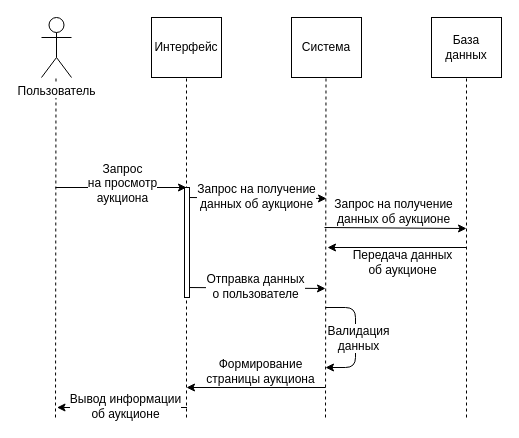
The draw.io diagram Diagrams/Cases Diagrams/Detailed Auction View.drawio in Fake-Make/Au, before the edit. Source tidied: cells renumbered, new cells numbered last; positions are measured from the earlier drawing's top-left corner, leaving out a move shared by most shapes. Both pictures are drawn from the tidied source at 100%, with x=0, y=0 at pixel (41, 17).
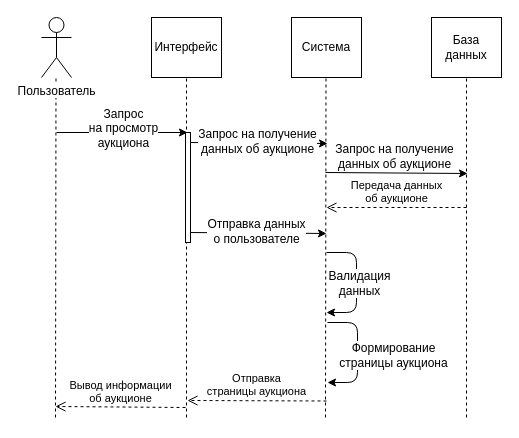
The same page after the edit.

The edit, as a diff of the source:
```diff
@@
     <mxCell id="10" style="endArrow=classic;html=1;" parent="1" edge="1">
       <mxGeometry relative="1" as="geometry">
-        <mxPoint x="14" y="170" as="sourcePoint" />
-        <mxPoint x="145" y="170" as="targetPoint" />
+        <mxPoint x="15" y="115" as="sourcePoint" />
+        <mxPoint x="146" y="115" as="targetPoint" />
       </mxGeometry>
     </mxCell>
@@
     <mxCell id="12" style="endArrow=classic;html=1;" parent="1" edge="1">
       <mxGeometry relative="1" as="geometry">
-        <mxPoint x="146" y="180" as="sourcePoint" />
-        <mxPoint x="285" y="181" as="targetPoint" />
+        <mxPoint x="147" y="125" as="sourcePoint" />
+        <mxPoint x="286" y="126" as="targetPoint" />
       </mxGeometry>
     </mxCell>
@@
     <mxCell id="14" style="endArrow=classic;html=1;" parent="1" edge="1">
       <mxGeometry relative="1" as="geometry">
-        <mxPoint x="283" y="210" as="sourcePoint" />
-        <mxPoint x="425" y="211" as="targetPoint" />
+        <mxPoint x="284" y="155" as="sourcePoint" />
+        <mxPoint x="426" y="156" as="targetPoint" />
       </mxGeometry>
     </mxCell>
@@
-    <mxCell id="16" style="endArrow=classic;html=1;" parent="1" edge="1">
-      <mxGeometry relative="1" as="geometry">
-        <mxPoint x="425" y="230" as="sourcePoint" />
-        <mxPoint x="286" y="230" as="targetPoint" />
-      </mxGeometry>
-    </mxCell>
-    <mxCell id="17" value="Передача данных&lt;br&gt;об аукционе&lt;br&gt;" style="text;html=1;align=center;verticalAlign=middle;labelBackgroundColor=#ffffff;" parent="16" vertex="1">
-      <mxGeometry x="-0.36" y="1" relative="1" as="geometry">
-        <mxPoint x="-21" y="13" as="offset" />
-      </mxGeometry>
-    </mxCell>
-    <mxCell id="18" style="endArrow=classic;html=1;" parent="1" edge="1">
-      <mxGeometry relative="1" as="geometry">
-        <mxPoint x="284" y="370" as="sourcePoint" />
-        <mxPoint x="145" y="370" as="targetPoint" />
-      </mxGeometry>
-    </mxCell>
-    <mxCell id="19" value="Формирование&lt;br&gt;страницы аукциона&lt;br&gt;" style="text;html=1;align=center;verticalAlign=middle;labelBackgroundColor=#ffffff;fillColor=none;" parent="18" vertex="1">
-      <mxGeometry x="0.18" y="-2" relative="1" as="geometry">
-        <mxPoint x="16" y="-15" as="offset" />
-      </mxGeometry>
-    </mxCell>
-    <mxCell id="20" style="endArrow=classic;html=1;" parent="1" edge="1">
-      <mxGeometry relative="1" as="geometry">
-        <mxPoint x="145.5" y="390" as="sourcePoint" />
-        <mxPoint x="15.5" y="390" as="targetPoint" />
-      </mxGeometry>
-    </mxCell>
-    <mxCell id="21" value="Вывод информации&lt;br&gt;об аукционе&lt;br&gt;" style="text;html=1;align=center;verticalAlign=middle;labelBackgroundColor=#ffffff;" parent="20" vertex="1">
-      <mxGeometry x="-0.12" relative="1" as="geometry">
-        <mxPoint x="-5" y="-2" as="offset" />
-      </mxGeometry>
-    </mxCell>
     <mxCell id="22" style="endArrow=classic;html=1;" parent="1" edge="1">
       <mxGeometry relative="1" as="geometry">
-        <mxPoint x="145" y="270" as="sourcePoint" />
-        <mxPoint x="284" y="271" as="targetPoint" />
+        <mxPoint x="146" y="215" as="sourcePoint" />
+        <mxPoint x="285" y="216" as="targetPoint" />
       </mxGeometry>
     </mxCell>
@@
     <mxCell id="24" style="endArrow=classic;html=1;" parent="1" edge="1">
       <mxGeometry relative="1" as="geometry">
-        <mxPoint x="284" y="290" as="sourcePoint" />
-        <mxPoint x="284" y="350" as="targetPoint" />
+        <mxPoint x="285" y="235" as="sourcePoint" />
+        <mxPoint x="285" y="295" as="targetPoint" />
         <Array as="points">
-          <mxPoint x="314" y="290" />
-          <mxPoint x="314" y="350" />
+          <mxPoint x="315" y="235" />
+          <mxPoint x="315" y="295" />
         </Array>
       </mxGeometry>
     </mxCell>
@@
     <mxCell id="26" style="rounded=0;whiteSpace=wrap;html=1;" parent="1" vertex="1">
-      <mxGeometry x="143" y="170" width="5" height="110" as="geometry" />
+      <mxGeometry x="144" y="115" width="5" height="110" as="geometry" />
     </mxCell>
+    <mxCell id="27" style="endArrow=classic;html=1;" parent="1" edge="1">
+      <mxGeometry relative="1" as="geometry">
+        <mxPoint x="286" y="305" as="sourcePoint" />
+        <mxPoint x="286" y="365" as="targetPoint" />
+        <Array as="points">
+          <mxPoint x="316" y="305" />
+          <mxPoint x="316" y="365" />
+        </Array>
+      </mxGeometry>
+    </mxCell>
+    <mxCell id="19" value="Формирование&lt;br&gt;страницы аукциона&lt;br&gt;" style="text;html=1;align=center;verticalAlign=middle;labelBackgroundColor=#ffffff;" parent="27" vertex="1">
+      <mxGeometry x="0.08" relative="1" as="geometry">
+        <mxPoint x="35.5" y="-3" as="offset" />
+      </mxGeometry>
+    </mxCell>
+    <mxCell id="17" value="&lt;span&gt;Передача данных&lt;/span&gt;&lt;br&gt;&lt;span&gt;об аукционе&lt;/span&gt;" style="html=1;verticalAlign=bottom;endArrow=open;dashed=1;endSize=8;" parent="1" edge="1">
+      <mxGeometry relative="1" as="geometry">
+        <mxPoint x="425" y="190" as="sourcePoint" />
+        <mxPoint x="285" y="190" as="targetPoint" />
+      </mxGeometry>
+    </mxCell>
+    <mxCell id="28" value="&lt;span&gt;Отправка&lt;/span&gt;&lt;br&gt;&lt;span&gt;страницы аукциона&lt;/span&gt;" style="html=1;verticalAlign=bottom;endArrow=open;dashed=1;endSize=8;" parent="1" edge="1">
+      <mxGeometry relative="1" as="geometry">
+        <mxPoint x="285" y="383.5" as="sourcePoint" />
+        <mxPoint x="146" y="383" as="targetPoint" />
+      </mxGeometry>
+    </mxCell>
+    <mxCell id="21" value="&lt;span&gt;Вывод информации&lt;/span&gt;&lt;br&gt;&lt;span&gt;об аукционе&lt;/span&gt;" style="html=1;verticalAlign=bottom;endArrow=open;dashed=1;endSize=8;" parent="1" edge="1">
+      <mxGeometry relative="1" as="geometry">
+        <mxPoint x="144" y="390" as="sourcePoint" />
+        <mxPoint x="14" y="389" as="targetPoint" />
+      </mxGeometry>
+    </mxCell>
```
